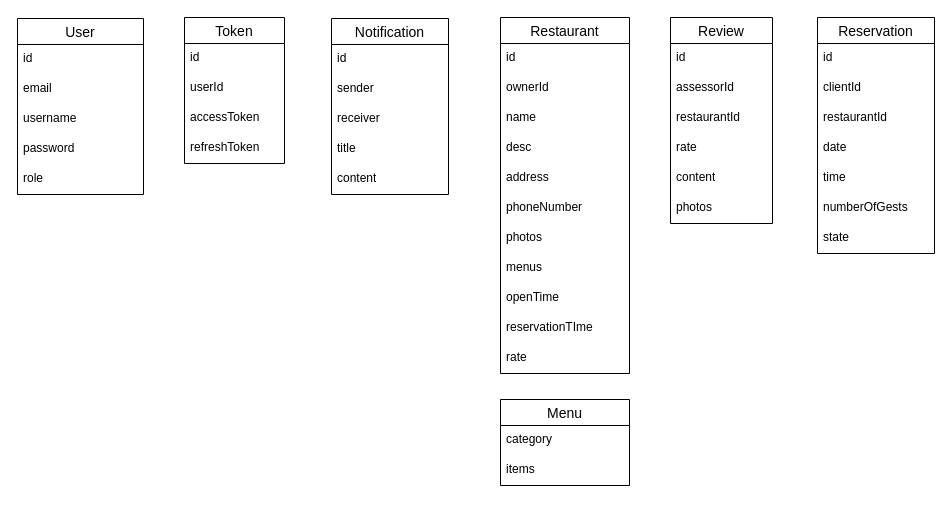
The draw.io diagram chart.drawio in ndtfat/booking-restaurant, before the edit. Source tidied: cells renumbered, new cells numbered last; positions are measured from the earlier drawing's top-left corner, leaving out a move shared by most shapes. Both pictures are drawn from the tidied source at 100%, with x=0, y=0 at pixel (17, 17).
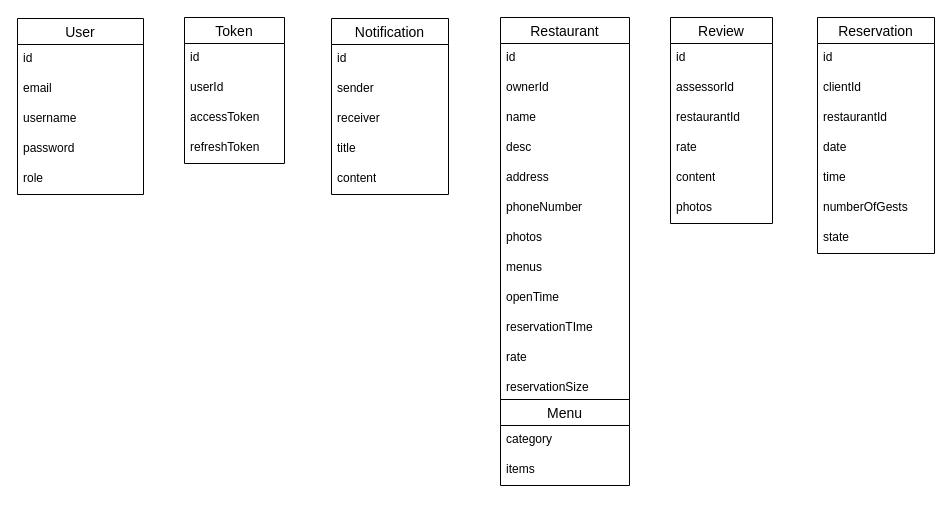
After the change.

Diff of the diagram source:
```diff
@@
     <mxCell id="13" value="Restaurant" style="swimlane;fontStyle=0;horizontal=1;startSize=26;align=center;fontSize=14;" parent="1" vertex="1">
-      <mxGeometry x="483" width="129" height="356" as="geometry" />
+      <mxGeometry x="483" width="129" height="386" as="geometry" />
     </mxCell>
@@
+    <mxCell id="49" value="reservationSize" style="text;strokeColor=none;fillColor=none;spacingLeft=4;spacingRight=4;overflow=hidden;fontSize=12;whiteSpace=wrap;html=1;" parent="13" vertex="1">
+      <mxGeometry y="356" width="129" height="30" as="geometry" />
+    </mxCell>
```
